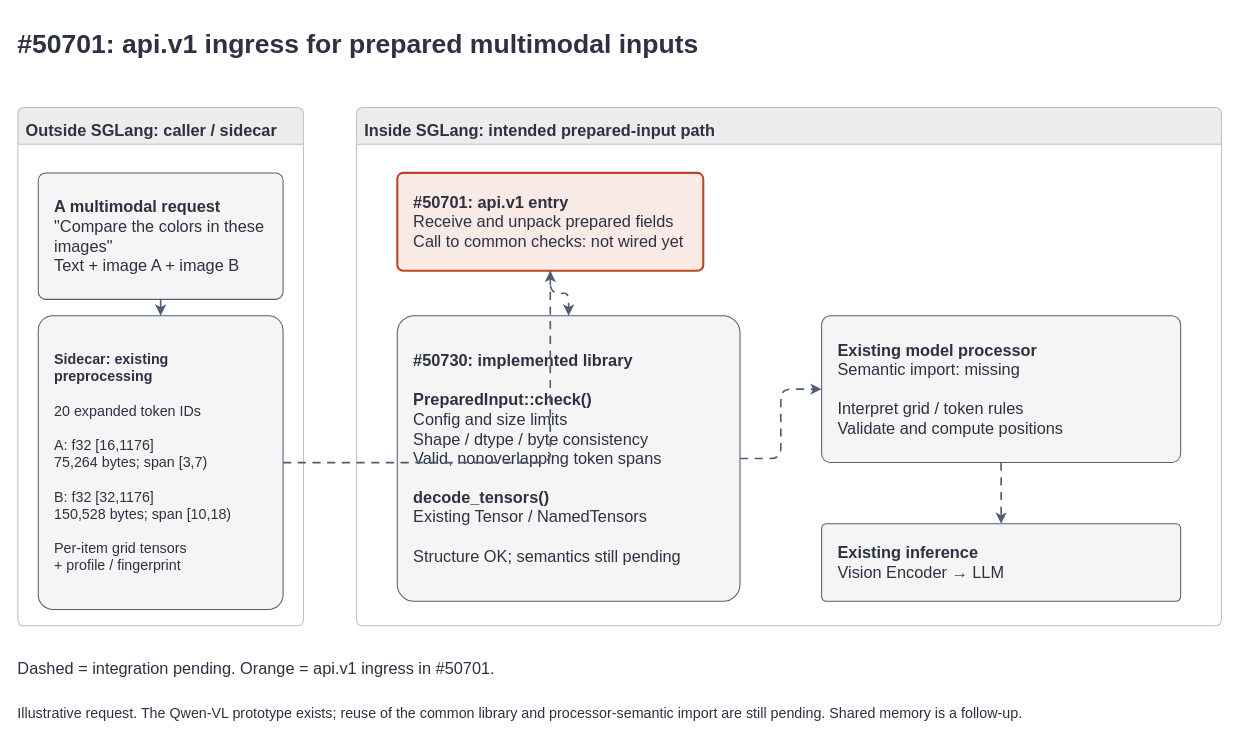
Above: assets/prepared-multimodal/50701-position-en.drawio in andrewzyxing/sglang (draw.io), before the change. Source tidied: cells renumbered, new cells numbered last; positions are measured from the earlier drawing's top-left corner, leaving out a move shared by most shapes. Both pictures are drawn from the tidied source at 102%, with x=0, y=0 at pixel (17, 17).
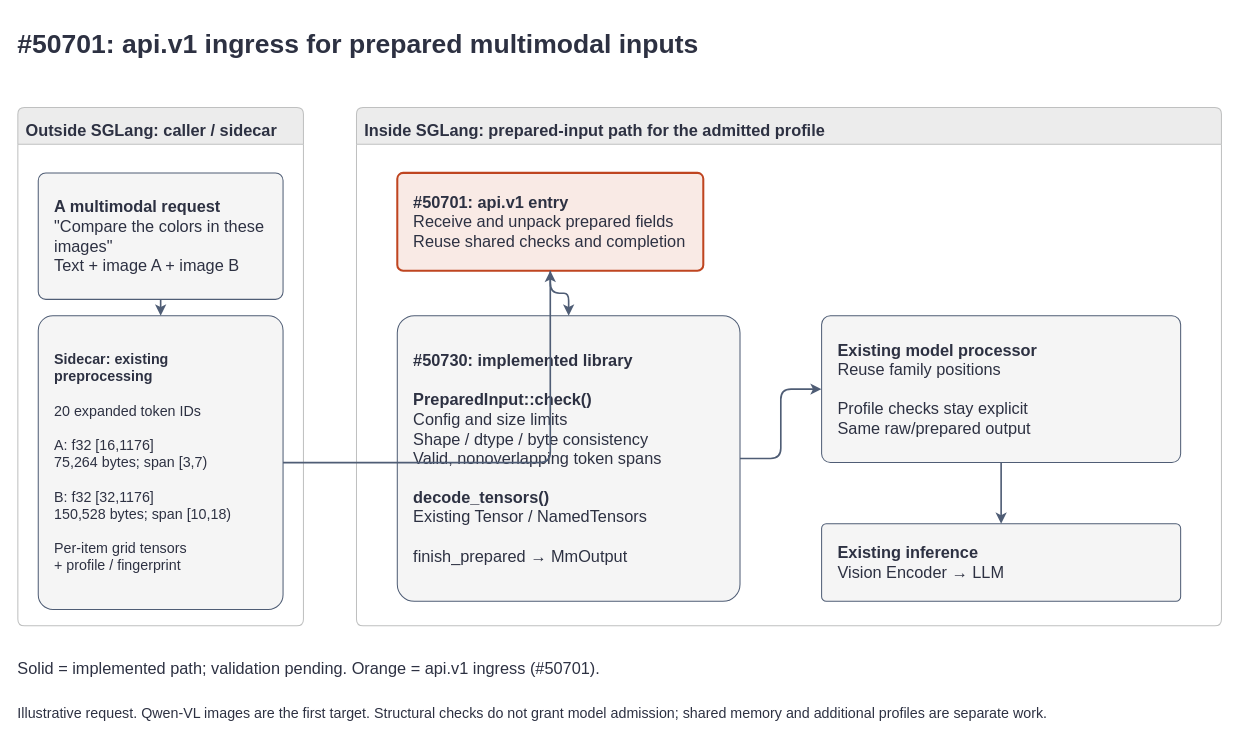
Above is the later version.

Commit message (it also covers changes not shown here):
docs: Show shared processor completion in prepared input figures

Change to the diagram source:
```diff
@@
 <mxGraphModel>
   <root>
     <mxCell id="0" />
     <mxCell id="1" parent="0" />
     <mxCell id="2" value="&lt;b&gt;#50701: api.v1 ingress for prepared multimodal inputs&lt;/b&gt;" style="rounded=1;arcSize=6;whiteSpace=wrap;html=1;fontFamily=Arial;fontSize=16;fontColor=#2d3142;fillColor=#f5f5f5;strokeColor=#4f5d75;align=left;verticalAlign=middle;spacing=16;strokeColor=none;fillColor=none;fontSize=26;spacing=0;" parent="1" vertex="1">
       <mxGeometry width="1160" height="52" as="geometry" />
     </mxCell>
     <mxCell id="3" value="Outside SGLang: caller / sidecar" style="rounded=1;arcSize=6;whiteSpace=wrap;html=1;fontFamily=Arial;fontSize=16;fontColor=#2d3142;fillColor=#f5f5f5;strokeColor=#4f5d75;align=left;verticalAlign=middle;spacing=16;swimlane;startSize=36;fillColor=#ececec;strokeColor=#bfc0c0;fontSize=16;spacing=8;verticalAlign=top;" parent="1" vertex="1">
       <mxGeometry y="88" width="280" height="508" as="geometry" />
     </mxCell>
-    <mxCell id="4" value="Inside SGLang: intended prepared-input path" style="rounded=1;arcSize=6;whiteSpace=wrap;html=1;fontFamily=Arial;fontSize=16;fontColor=#2d3142;fillColor=#f5f5f5;strokeColor=#4f5d75;align=left;verticalAlign=middle;spacing=16;swimlane;startSize=36;fillColor=#ececec;strokeColor=#bfc0c0;fontSize=16;spacing=8;verticalAlign=top;" parent="1" vertex="1">
+    <mxCell id="4" value="Inside SGLang: prepared-input path for the admitted profile" style="rounded=1;arcSize=6;whiteSpace=wrap;html=1;fontFamily=Arial;fontSize=16;fontColor=#2d3142;fillColor=#f5f5f5;strokeColor=#4f5d75;align=left;verticalAlign=middle;spacing=16;swimlane;startSize=36;fillColor=#ececec;strokeColor=#bfc0c0;fontSize=16;spacing=8;verticalAlign=top;" parent="1" vertex="1">
       <mxGeometry x="332" y="88" width="848" height="508" as="geometry" />
     </mxCell>
     <mxCell id="5" value="&lt;b&gt;A multimodal request&lt;/b&gt;&lt;br&gt;&quot;Compare the colors in these images&quot;&lt;br&gt;Text + image A + image B" style="rounded=1;arcSize=6;whiteSpace=wrap;html=1;fontFamily=Arial;fontSize=16;fontColor=#2d3142;fillColor=#f5f5f5;strokeColor=#4f5d75;align=left;verticalAlign=middle;spacing=16;" parent="3" vertex="1">
       <mxGeometry x="20" y="64" width="240" height="124" as="geometry" />
     </mxCell>
     <mxCell id="6" value="&lt;b&gt;Sidecar: existing preprocessing&lt;/b&gt;&lt;br&gt;&lt;br&gt;20 expanded token IDs&lt;br&gt;&lt;br&gt;A: f32 [16,1176]&lt;br&gt;75,264 bytes; span [3,7)&lt;br&gt;&lt;br&gt;B: f32 [32,1176]&lt;br&gt;150,528 bytes; span [10,18)&lt;br&gt;&lt;br&gt;Per-item grid tensors&lt;br&gt;+ profile / fingerprint" style="rounded=1;arcSize=6;whiteSpace=wrap;html=1;fontFamily=Arial;fontSize=16;fontColor=#2d3142;fillColor=#f5f5f5;strokeColor=#4f5d75;align=left;verticalAlign=middle;spacing=16;fontSize=14;" parent="3" vertex="1">
       <mxGeometry x="20" y="204" width="240" height="288" as="geometry" />
     </mxCell>
-    <mxCell id="7" value="&lt;b&gt;#50701: api.v1 entry&lt;/b&gt;&lt;br&gt;Receive and unpack prepared fields&lt;br&gt;Call to common checks: not wired yet" style="rounded=1;arcSize=6;whiteSpace=wrap;html=1;fontFamily=Arial;fontSize=16;fontColor=#2d3142;fillColor=#f5f5f5;strokeColor=#4f5d75;align=left;verticalAlign=middle;spacing=16;fillColor=#f9eae5;strokeColor=#bf4520;strokeWidth=2;" parent="4" vertex="1">
+    <mxCell id="7" value="&lt;b&gt;#50701: api.v1 entry&lt;/b&gt;&lt;br&gt;Receive and unpack prepared fields&lt;br&gt;Reuse shared checks and completion" style="rounded=1;arcSize=6;whiteSpace=wrap;html=1;fontFamily=Arial;fontSize=16;fontColor=#2d3142;fillColor=#f5f5f5;strokeColor=#4f5d75;align=left;verticalAlign=middle;spacing=16;fillColor=#f9eae5;strokeColor=#bf4520;strokeWidth=2;" parent="4" vertex="1">
       <mxGeometry x="40" y="64" width="300" height="96" as="geometry" />
     </mxCell>
-    <mxCell id="8" value="&lt;b&gt;#50730: implemented library&lt;/b&gt;&lt;br&gt;&lt;br&gt;&lt;b&gt;PreparedInput::check()&lt;/b&gt;&lt;br&gt;Config and size limits&lt;br&gt;Shape / dtype / byte consistency&lt;br&gt;Valid, nonoverlapping token spans&lt;br&gt;&lt;br&gt;&lt;b&gt;decode_tensors()&lt;/b&gt;&lt;br&gt;Existing Tensor / NamedTensors&lt;br&gt;&lt;br&gt;Structure OK; semantics still pending" style="rounded=1;arcSize=6;whiteSpace=wrap;html=1;fontFamily=Arial;fontSize=16;fontColor=#2d3142;fillColor=#f5f5f5;strokeColor=#4f5d75;align=left;verticalAlign=middle;spacing=16;" parent="4" vertex="1">
+    <mxCell id="8" value="&lt;b&gt;#50730: implemented library&lt;/b&gt;&lt;br&gt;&lt;br&gt;&lt;b&gt;PreparedInput::check()&lt;/b&gt;&lt;br&gt;Config and size limits&lt;br&gt;Shape / dtype / byte consistency&lt;br&gt;Valid, nonoverlapping token spans&lt;br&gt;&lt;br&gt;&lt;b&gt;decode_tensors()&lt;/b&gt;&lt;br&gt;Existing Tensor / NamedTensors&lt;br&gt;&lt;br&gt;finish_prepared → MmOutput" style="rounded=1;arcSize=6;whiteSpace=wrap;html=1;fontFamily=Arial;fontSize=16;fontColor=#2d3142;fillColor=#f5f5f5;strokeColor=#4f5d75;align=left;verticalAlign=middle;spacing=16;" parent="4" vertex="1">
       <mxGeometry x="40" y="204" width="336" height="280" as="geometry" />
     </mxCell>
-    <mxCell id="9" value="&lt;b&gt;Existing model processor&lt;/b&gt;&lt;br&gt;Semantic import: missing&lt;br&gt;&lt;br&gt;Interpret grid / token rules&lt;br&gt;Validate and compute positions" style="rounded=1;arcSize=6;whiteSpace=wrap;html=1;fontFamily=Arial;fontSize=16;fontColor=#2d3142;fillColor=#f5f5f5;strokeColor=#4f5d75;align=left;verticalAlign=middle;spacing=16;" parent="4" vertex="1">
+    <mxCell id="9" value="&lt;b&gt;Existing model processor&lt;/b&gt;&lt;br&gt;Reuse family positions&lt;br&gt;&lt;br&gt;Profile checks stay explicit&lt;br&gt;Same raw/prepared output" style="rounded=1;arcSize=6;whiteSpace=wrap;html=1;fontFamily=Arial;fontSize=16;fontColor=#2d3142;fillColor=#f5f5f5;strokeColor=#4f5d75;align=left;verticalAlign=middle;spacing=16;" parent="4" vertex="1">
       <mxGeometry x="456" y="204" width="352" height="144" as="geometry" />
     </mxCell>
     <mxCell id="10" value="&lt;b&gt;Existing inference&lt;/b&gt;&lt;br&gt;Vision Encoder → LLM" style="rounded=1;arcSize=6;whiteSpace=wrap;html=1;fontFamily=Arial;fontSize=16;fontColor=#2d3142;fillColor=#f5f5f5;strokeColor=#4f5d75;align=left;verticalAlign=middle;spacing=16;" parent="4" vertex="1">
       <mxGeometry x="456" y="408" width="352" height="76" as="geometry" />
     </mxCell>
     <mxCell id="11" style="html=1;edgeStyle=orthogonalEdgeStyle;rounded=1;endArrow=classic;strokeWidth=1.6;strokeColor=#4f5d75;labelBackgroundColor=default;defaultLabelBackgroundColor=page;" parent="3" edge="1" source="5" target="6">
       <mxGeometry relative="1" as="geometry" />
     </mxCell>
-    <mxCell id="12" style="html=1;edgeStyle=orthogonalEdgeStyle;rounded=1;endArrow=classic;strokeWidth=1.6;strokeColor=#4f5d75;dashed=1;dashPattern=5 4;labelBackgroundColor=default;defaultLabelBackgroundColor=page;" parent="1" edge="1" source="6" target="7">
+    <mxCell id="12" style="html=1;edgeStyle=orthogonalEdgeStyle;rounded=1;endArrow=classic;strokeWidth=1.6;strokeColor=#4f5d75;labelBackgroundColor=default;defaultLabelBackgroundColor=page;" parent="1" edge="1" source="6" target="7">
       <mxGeometry relative="1" as="geometry" />
     </mxCell>
-    <mxCell id="13" style="html=1;edgeStyle=orthogonalEdgeStyle;rounded=1;endArrow=classic;strokeWidth=1.6;strokeColor=#4f5d75;dashed=1;dashPattern=5 4;labelBackgroundColor=default;defaultLabelBackgroundColor=page;" parent="4" edge="1" source="7" target="8">
+    <mxCell id="13" style="html=1;edgeStyle=orthogonalEdgeStyle;rounded=1;endArrow=classic;strokeWidth=1.6;strokeColor=#4f5d75;labelBackgroundColor=default;defaultLabelBackgroundColor=page;" parent="4" edge="1" source="7" target="8">
       <mxGeometry relative="1" as="geometry" />
     </mxCell>
-    <mxCell id="14" style="html=1;edgeStyle=orthogonalEdgeStyle;rounded=1;endArrow=classic;strokeWidth=1.6;strokeColor=#4f5d75;dashed=1;dashPattern=5 4;labelBackgroundColor=default;defaultLabelBackgroundColor=page;" parent="4" edge="1" source="8" target="9">
+    <mxCell id="14" style="html=1;edgeStyle=orthogonalEdgeStyle;rounded=1;endArrow=classic;strokeWidth=1.6;strokeColor=#4f5d75;labelBackgroundColor=default;defaultLabelBackgroundColor=page;" parent="4" edge="1" source="8" target="9">
       <mxGeometry relative="1" as="geometry" />
     </mxCell>
-    <mxCell id="15" style="html=1;edgeStyle=orthogonalEdgeStyle;rounded=1;endArrow=classic;strokeWidth=1.6;strokeColor=#4f5d75;dashed=1;dashPattern=5 4;labelBackgroundColor=default;defaultLabelBackgroundColor=page;" parent="4" edge="1" source="9" target="10">
+    <mxCell id="15" style="html=1;edgeStyle=orthogonalEdgeStyle;rounded=1;endArrow=classic;strokeWidth=1.6;strokeColor=#4f5d75;labelBackgroundColor=default;defaultLabelBackgroundColor=page;" parent="4" edge="1" source="9" target="10">
       <mxGeometry relative="1" as="geometry" />
     </mxCell>
-    <mxCell id="16" value="Dashed = integration pending. Orange = api.v1 ingress in #50701." style="rounded=1;arcSize=6;whiteSpace=wrap;html=1;fontFamily=Arial;fontSize=16;fontColor=#2d3142;fillColor=#f5f5f5;strokeColor=#4f5d75;align=left;verticalAlign=middle;spacing=16;strokeColor=none;fillColor=none;fontSize=16;spacing=0;" parent="1" vertex="1">
+    <mxCell id="16" value="Solid = implemented path; validation pending. Orange = api.v1 ingress (#50701)." style="rounded=1;arcSize=6;whiteSpace=wrap;html=1;fontFamily=Arial;fontSize=16;fontColor=#2d3142;fillColor=#f5f5f5;strokeColor=#4f5d75;align=left;verticalAlign=middle;spacing=16;strokeColor=none;fillColor=none;fontSize=16;spacing=0;" parent="1" vertex="1">
       <mxGeometry y="620" width="1160" height="36" as="geometry" />
     </mxCell>
-    <mxCell id="17" value="Illustrative request. The Qwen-VL prototype exists; reuse of the common library and processor-semantic import are still pending. Shared memory is a follow-up." style="rounded=1;arcSize=6;whiteSpace=wrap;html=1;fontFamily=Arial;fontSize=16;fontColor=#2d3142;fillColor=#f5f5f5;strokeColor=#4f5d75;align=left;verticalAlign=middle;spacing=16;strokeColor=none;fillColor=none;fontSize=14;spacing=0;" parent="1" vertex="1">
+    <mxCell id="17" value="Illustrative request. Qwen-VL images are the first target. Structural checks do not grant model admission; shared memory and additional profiles are separate work." style="rounded=1;arcSize=6;whiteSpace=wrap;html=1;fontFamily=Arial;fontSize=16;fontColor=#2d3142;fillColor=#f5f5f5;strokeColor=#4f5d75;align=left;verticalAlign=middle;spacing=16;strokeColor=none;fillColor=none;fontSize=14;spacing=0;" parent="1" vertex="1">
       <mxGeometry y="664" width="1160" height="36" as="geometry" />
     </mxCell>
   </root>
 </mxGraphModel>
```
